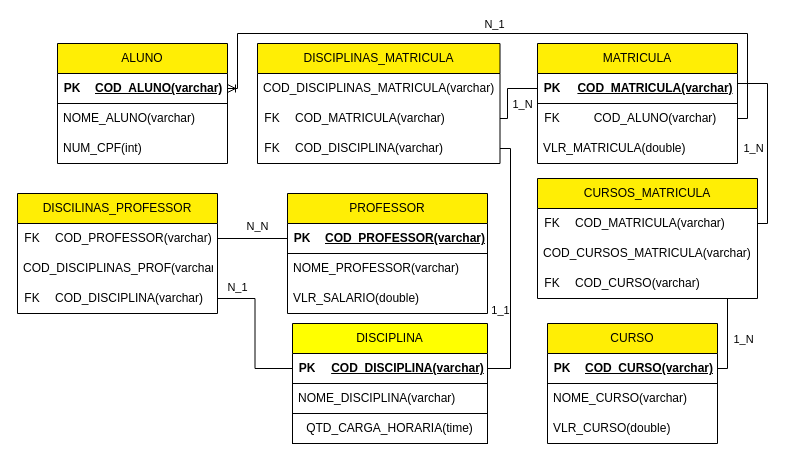
Earlier version of the draw.io diagram Livraria/matricula.drawio (NicolasKevin2/BD). Source tidied: cells renumbered, new cells numbered last; positions are measured from the earlier drawing's top-left corner, leaving out a move shared by most shapes. Both pictures are drawn from the tidied source at 100%, with x=0, y=0 at pixel (17, 33).
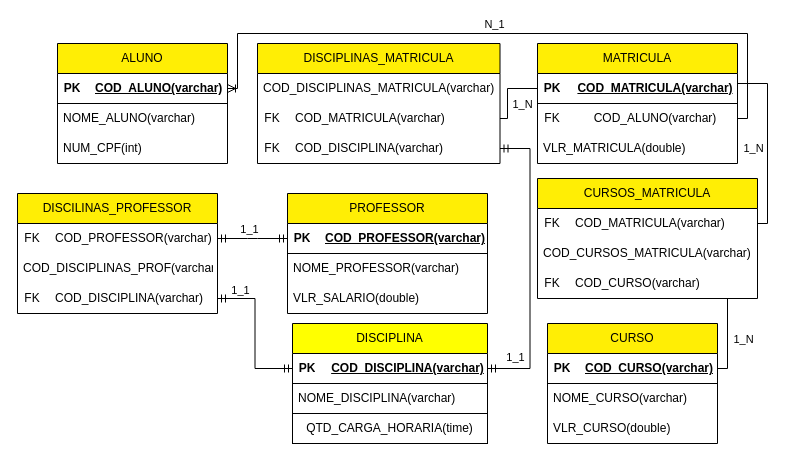
The same page after the edit.

The change refers to these unchanged cells:
```xml
<mxCell id="18" style="shape=tableRow;horizontal=0;startSize=0;swimlaneHead=0;swimlaneBody=0;fillColor=none;points=[[0,0.5],[1,0.5]];portConstraint=eastwest;top=0;left=0;right=0;bottom=1;align=center;" parent="17" vertex="1">
  <mxGeometry width="195" height="30" as="geometry" />
</mxCell>
<mxCell id="25" style="shape=tableRow;horizontal=0;startSize=0;swimlaneHead=0;swimlaneBody=0;fillColor=none;points=[[0,0.5],[1,0.5]];portConstraint=eastwest;top=0;left=0;right=0;bottom=1;align=center;" parent="24" vertex="1">
  <mxGeometry width="200" height="30" as="geometry" />
</mxCell>
<mxCell id="44" style="shape=tableRow;horizontal=0;startSize=0;swimlaneHead=0;swimlaneBody=0;fillColor=none;points=[[0,0.5],[1,0.5]];portConstraint=eastwest;top=0;left=0;right=0;bottom=0;" parent="43" vertex="1">
  <mxGeometry width="200" height="30" as="geometry" />
</mxCell>
<mxCell id="49" style="shape=tableRow;horizontal=0;startSize=0;swimlaneHead=0;swimlaneBody=0;fillColor=none;points=[[0,0.5],[1,0.5]];portConstraint=eastwest;top=0;left=0;right=0;bottom=0;" parent="48" vertex="1">
  <mxGeometry width="200" height="30" as="geometry" />
</mxCell>
<mxCell id="60" style="shape=tableRow;horizontal=0;startSize=0;swimlaneHead=0;swimlaneBody=0;fillColor=none;points=[[0,0.5],[1,0.5]];portConstraint=eastwest;top=0;left=0;right=0;bottom=0;" parent="56" vertex="1">
  <mxGeometry y="30" width="242.5" height="30" as="geometry" />
</mxCell>
```

Change to the diagram source:
```diff
@@
-    <mxCell id="52" style="endArrow=none;html=1;rounded=0;edgeStyle=orthogonalEdgeStyle;align=center;" parent="1" edge="1" source="49" target="18">
-      <mxGeometry relative="1" as="geometry" />
-    </mxCell>
-    <mxCell id="53" value="N_1" style="edgeLabel;html=1;align=center;verticalAlign=middle;" parent="52" vertex="1">
-      <mxGeometry x="-0.01" relative="1" as="geometry">
-        <mxPoint x="-18" y="-46" as="offset" />
-      </mxGeometry>
-    </mxCell>
@@
-    <mxCell id="65" style="endArrow=none;html=1;rounded=0;edgeStyle=orthogonalEdgeStyle;align=center;" parent="1" edge="1" source="44" target="25">
-      <mxGeometry relative="1" as="geometry" />
-    </mxCell>
-    <mxCell id="66" value="N_N" style="edgeLabel;html=1;align=center;verticalAlign=middle;" parent="65" vertex="1">
-      <mxGeometry x="0.01" relative="1" as="geometry">
-        <mxPoint x="4" y="-13" as="offset" />
-      </mxGeometry>
-    </mxCell>
-    <mxCell id="67" style="endArrow=none;html=1;rounded=0;edgeStyle=orthogonalEdgeStyle;align=center;" parent="1" edge="1" source="60" target="18">
-      <mxGeometry relative="1" as="geometry">
-        <Array as="points">
-          <mxPoint x="493" y="115" />
-          <mxPoint x="493" y="335" />
-        </Array>
-      </mxGeometry>
-    </mxCell>
-    <mxCell id="68" value="1_1" style="edgeLabel;html=1;align=center;verticalAlign=middle;" parent="67" vertex="1">
-      <mxGeometry x="0.01" y="2" relative="1" as="geometry">
-        <mxPoint x="-13" y="44" as="offset" />
-      </mxGeometry>
-    </mxCell>
@@
+    <mxCell id="65" style="edgeStyle=entityRelationEdgeStyle;fontSize=12;html=1;endArrow=ERmandOne;startArrow=ERmandOne;rounded=0;" parent="1" edge="1" source="44" target="25">
+      <mxGeometry relative="1" as="geometry" />
+    </mxCell>
+    <mxCell id="83" value="1_1" style="edgeLabel;html=1;align=center;verticalAlign=middle;" parent="65" vertex="1">
+      <mxGeometry x="0.06" y="-1" relative="1" as="geometry">
+        <mxPoint x="-6" y="-11" as="offset" />
+      </mxGeometry>
+    </mxCell>
+    <mxCell id="52" style="edgeStyle=orthogonalEdgeStyle;fontSize=12;html=1;endArrow=ERmandOne;startArrow=ERmandOne;rounded=0;" parent="1" edge="1" source="49" target="18">
+      <mxGeometry relative="1" as="geometry" />
+    </mxCell>
+    <mxCell id="84" value="1_1" style="edgeLabel;html=1;align=center;verticalAlign=middle;" parent="52" vertex="1">
+      <mxGeometry y="-1" relative="1" as="geometry">
+        <mxPoint x="-14" y="-44" as="offset" />
+      </mxGeometry>
+    </mxCell>
+    <mxCell id="85" style="edgeStyle=entityRelationEdgeStyle;fontSize=12;html=1;endArrow=ERmandOne;startArrow=ERmandOne;rounded=0;" parent="1" edge="1" source="18" target="60">
+      <mxGeometry relative="1" as="geometry" />
+    </mxCell>
+    <mxCell id="86" value="1_1" style="edgeLabel;html=1;align=center;verticalAlign=middle;" parent="85" vertex="1">
+      <mxGeometry x="0.03" y="1" relative="1" as="geometry">
+        <mxPoint x="-14" y="97" as="offset" />
+      </mxGeometry>
+    </mxCell>
```
